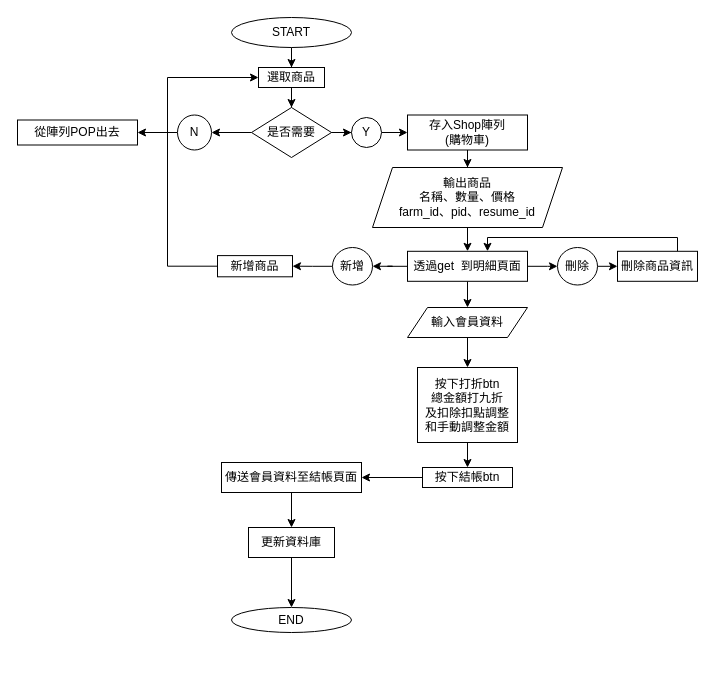
CSuMii/WORKFLOW keeps this draw.io diagram as market_workflow.drawio. Above is the earlier version. Source tidied: cells renumbered, new cells numbered last; positions are measured from the earlier drawing's top-left corner, leaving out a move shared by most shapes. Both pictures are drawn from the tidied source at 100%, with x=0, y=0 at pixel (17, 17).
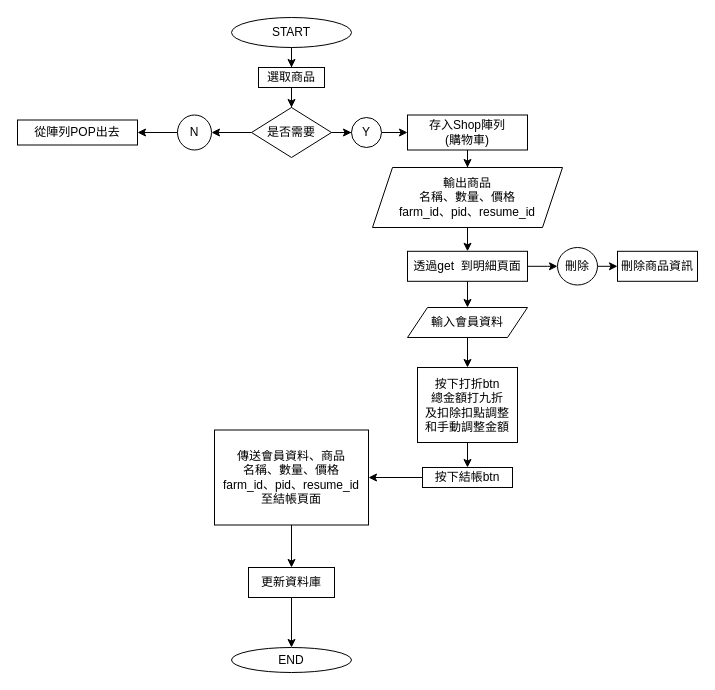
The same page after the edit.

The change refers to these unchanged cells:
```xml
<mxCell id="5" value="選取商品" style="whiteSpace=wrap;html=1;" parent="1" vertex="1">
  <mxGeometry x="241" y="50" width="66" height="20" as="geometry" />
</mxCell>
<mxCell id="20" value="透過get&amp;nbsp; 到明細頁面" style="whiteSpace=wrap;html=1;" parent="1" vertex="1">
  <mxGeometry x="390" y="233.8" width="120" height="30" as="geometry" />
</mxCell>
<mxCell id="24" value="刪除商品資訊" style="whiteSpace=wrap;html=1;" parent="1" vertex="1">
  <mxGeometry x="600" y="233.8" width="80" height="30" as="geometry" />
</mxCell>
```

Diff of the diagram source:
```diff
@@
-    <mxCell id="18" style="edgeStyle=orthogonalEdgeStyle;rounded=0;jettySize=auto;html=1;entryX=1;entryY=0.5;entryDx=0;entryDy=0;" parent="1" edge="1" source="20" target="26">
-      <mxGeometry relative="1" as="geometry" />
-    </mxCell>
@@
-    <mxCell id="23" style="edgeStyle=orthogonalEdgeStyle;rounded=0;jettySize=auto;html=1;" parent="1" edge="1" source="24" target="20">
-      <mxGeometry relative="1" as="geometry">
-        <Array as="points">
-          <mxPoint x="660" y="220" />
-          <mxPoint x="470" y="220" />
-        </Array>
-      </mxGeometry>
-    </mxCell>
@@
-    <mxCell id="25" style="edgeStyle=orthogonalEdgeStyle;rounded=0;jettySize=auto;html=1;" parent="1" edge="1" source="26" target="28">
-      <mxGeometry relative="1" as="geometry" />
-    </mxCell>
-    <mxCell id="26" value="新增" style="ellipse;whiteSpace=wrap;html=1;" parent="1" vertex="1">
-      <mxGeometry x="315" y="230" width="40" height="37.5" as="geometry" />
-    </mxCell>
-    <mxCell id="27" style="edgeStyle=orthogonalEdgeStyle;rounded=0;jettySize=auto;html=1;entryX=0;entryY=0.5;entryDx=0;entryDy=0;" parent="1" edge="1" source="28" target="5">
-      <mxGeometry relative="1" as="geometry">
-        <Array as="points">
-          <mxPoint x="150" y="249" />
-          <mxPoint x="150" y="60" />
-        </Array>
-      </mxGeometry>
-    </mxCell>
-    <mxCell id="28" value="新增商品" style="whiteSpace=wrap;html=1;" parent="1" vertex="1">
-      <mxGeometry x="200" y="238.1" width="75" height="21.2" as="geometry" />
-    </mxCell>
@@
-    <mxCell id="37" value="傳送會員資料至結帳頁面" style="whiteSpace=wrap;html=1;" parent="1" vertex="1">
-      <mxGeometry x="204" y="445" width="140" height="30" as="geometry" />
+    <mxCell id="37" value="傳送會員資料、商品&lt;br&gt;名稱、數量、價格&lt;br&gt;farm_id、pid、resume_id&lt;br&gt;至結帳頁面" style="whiteSpace=wrap;html=1;" parent="1" vertex="1">
+      <mxGeometry x="197" y="412.5" width="154" height="95" as="geometry" />
     </mxCell>
@@
     <mxCell id="39" value="更新資料庫" style="whiteSpace=wrap;html=1;" parent="1" vertex="1">
-      <mxGeometry x="231" y="510" width="86" height="30" as="geometry" />
+      <mxGeometry x="231" y="550" width="86" height="30" as="geometry" />
     </mxCell>
     <mxCell id="40" value="END" style="ellipse;whiteSpace=wrap;html=1;" parent="1" vertex="1">
-      <mxGeometry x="214" y="590" width="120" height="25" as="geometry" />
+      <mxGeometry x="214" y="630" width="120" height="25" as="geometry" />
     </mxCell>
```
